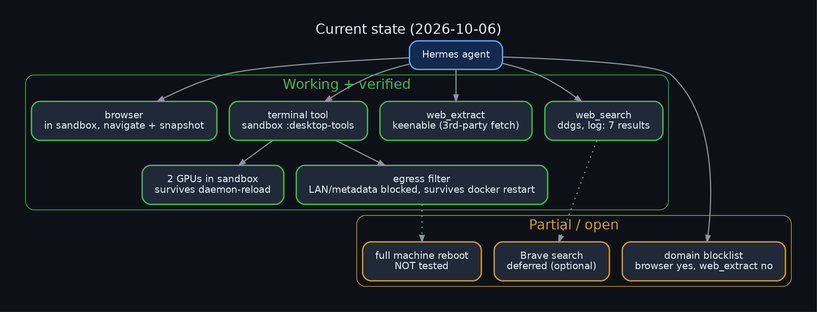
Above: diagrams/44_current_state_dashboard.png in danindiana/hermes-web-search-ddgs (Graphviz), before the change. Its source is kept beside it as diagrams/44_current_state_dashboard.dot. The source it was exported from:
```dot
digraph g {
graph [bgcolor="#0d1117", rankdir=LR, fontname="Helvetica", fontcolor="#e6edf3", labelloc="t", fontsize=20, pad=0.4];
node  [fontname="Helvetica", fontcolor="#e6edf3", color="#30363d", style="filled,rounded", shape=box, penwidth=2, margin="0.25,0.18", fillcolor="#161b22"];
edge  [color="#8b949e", fontname="Helvetica", fontcolor="#adbac7", penwidth=1.6, arrowsize=0.9];
label="Current state (2026-10-06)";
rankdir=TB;
h [label="Hermes agent", color="#58a6ff", fillcolor="#13294d"];
subgraph cluster_ok { label="Working + verified"; color="#3fb950"; fontcolor="#3fb950"; style=rounded;
 s [label="web_search\nddgs, log: 7 results", color="#3fb950", fillcolor="#1f2937"]; x [label="web_extract\nkeenable (3rd-party fetch)", color="#3fb950", fillcolor="#1f2937"]; t [label="terminal tool\nsandbox :desktop-tools", color="#3fb950", fillcolor="#1f2937"]; b [label="browser\nin sandbox, navigate + snapshot", color="#3fb950", fillcolor="#1f2937"]; g [label="2 GPUs in sandbox\nsurvives daemon-reload", color="#3fb950", fillcolor="#1f2937"]; e [label="egress filter\nLAN/metadata blocked, survives docker restart", color="#3fb950", fillcolor="#1f2937"]; }
subgraph cluster_p { label="Partial / open"; color="#d29922"; fontcolor="#d29922"; style=rounded;
 bl [label="domain blocklist\nbrowser yes, web_extract no", color="#d29922", fillcolor="#1f2937"]; rb [label="full machine reboot\nNOT tested", color="#d29922", fillcolor="#1f2937"]; br [label="Brave search\ndeferred (optional)", color="#d29922", fillcolor="#1f2937"]; }
h->s; h->x; h->t; h->b; t->g; t->e; h->bl; e->rb [style=dotted]; s->br [style=dotted];
}
```
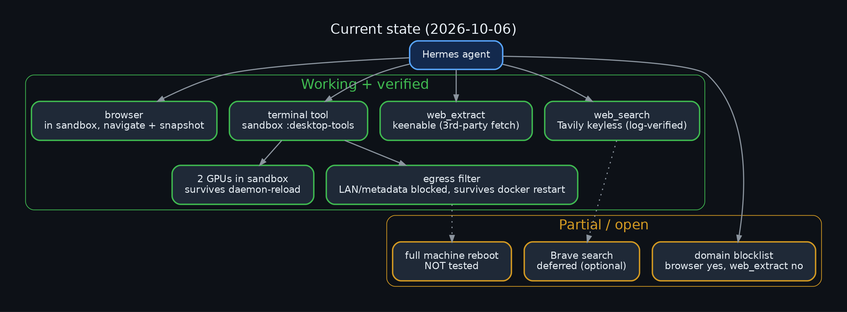
The same diagram one commit later.

What changed in the source:
```diff
@@ -6,7 +6,7 @@
 rankdir=TB;
 h [label="Hermes agent", color="#58a6ff", fillcolor="#13294d"];
 subgraph cluster_ok { label="Working + verified"; color="#3fb950"; fontcolor="#3fb950"; style=rounded;
- s [label="web_search\nddgs, log: 7 results", color="#3fb950", fillcolor="#1f2937"]; x [label="web_extract\nkeenable (3rd-party fetch)", color="#3fb950", fillcolor="#1f2937"]; t [label="terminal tool\nsandbox :desktop-tools", color="#3fb950", fillcolor="#1f2937"]; b [label="browser\nin sandbox, navigate + snapshot", color="#3fb950", fillcolor="#1f2937"]; g [label="2 GPUs in sandbox\nsurvives daemon-reload", color="#3fb950", fillcolor="#1f2937"]; e [label="egress filter\nLAN/metadata blocked, survives docker restart", color="#3fb950", fillcolor="#1f2937"]; }
+ s [label="web_search\nTavily keyless (log-verified)", color="#3fb950", fillcolor="#1f2937"]; x [label="web_extract\nkeenable (3rd-party fetch)", color="#3fb950", fillcolor="#1f2937"]; t [label="terminal tool\nsandbox :desktop-tools", color="#3fb950", fillcolor="#1f2937"]; b [label="browser\nin sandbox, navigate + snapshot", color="#3fb950", fillcolor="#1f2937"]; g [label="2 GPUs in sandbox\nsurvives daemon-reload", color="#3fb950", fillcolor="#1f2937"]; e [label="egress filter\nLAN/metadata blocked, survives docker restart", color="#3fb950", fillcolor="#1f2937"]; }
 subgraph cluster_p { label="Partial / open"; color="#d29922"; fontcolor="#d29922"; style=rounded;
  bl [label="domain blocklist\nbrowser yes, web_extract no", color="#d29922", fillcolor="#1f2937"]; rb [label="full machine reboot\nNOT tested", color="#d29922", fillcolor="#1f2937"]; br [label="Brave search\ndeferred (optional)", color="#d29922", fillcolor="#1f2937"]; }
 h->s; h->x; h->t; h->b; t->g; t->e; h->bl; e->rb [style=dotted]; s->br [style=dotted];
```
